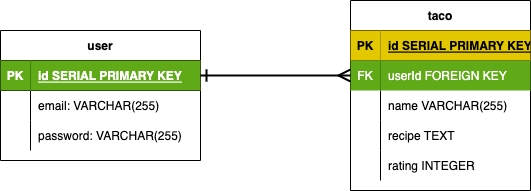
Before: ERD.drawio.png, a diagram exported from draw.io (nchez/political-breakdown). Source tidied: cells renumbered, new cells last; positions are measured from the earlier drawing's top-left corner, leaving out a move shared by most shapes.
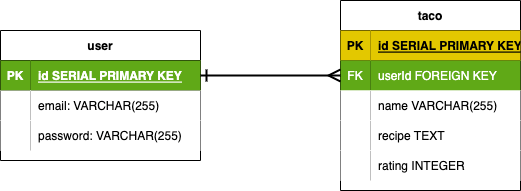
The same diagram one commit later.

The edit, as a diff of the source:
```diff
@@ -17,23 +17,23 @@
     <mxCell id="6" style="shape=tableRow;horizontal=0;startSize=0;swimlaneHead=0;swimlaneBody=0;fillColor=none;top=0;left=0;right=0;bottom=0;" parent="2" vertex="1">
       <mxGeometry y="60" width="200" height="30" as="geometry" />
     </mxCell>
-    <mxCell id="7" style="shape=partialRectangle;fillColor=none;top=0;left=0;bottom=0;right=0;overflow=hidden;" parent="6" vertex="1">
+    <mxCell id="7" style="shape=partialRectangle;top=0;left=0;bottom=0;right=0;overflow=hidden;" parent="6" vertex="1">
       <mxGeometry width="30" height="30" as="geometry" />
     </mxCell>
-    <mxCell id="8" value="email: VARCHAR(255)" style="shape=partialRectangle;fillColor=none;top=0;left=0;bottom=0;right=0;align=left;spacingLeft=6;overflow=hidden;" parent="6" vertex="1">
+    <mxCell id="8" value="email: VARCHAR(255)" style="shape=partialRectangle;top=0;left=0;bottom=0;right=0;align=left;spacingLeft=6;overflow=hidden;" parent="6" vertex="1">
       <mxGeometry x="30" width="170" height="30" as="geometry" />
     </mxCell>
     <mxCell id="9" style="shape=tableRow;horizontal=0;startSize=0;swimlaneHead=0;swimlaneBody=0;fillColor=none;top=0;left=0;right=0;bottom=0;" parent="2" vertex="1">
       <mxGeometry y="90" width="200" height="30" as="geometry" />
     </mxCell>
-    <mxCell id="10" style="shape=partialRectangle;fillColor=none;top=0;left=0;bottom=0;right=0;overflow=hidden;" parent="9" vertex="1">
+    <mxCell id="10" style="shape=partialRectangle;top=0;left=0;bottom=0;right=0;overflow=hidden;" parent="9" vertex="1">
       <mxGeometry width="30" height="30" as="geometry" />
     </mxCell>
-    <mxCell id="11" value="password: VARCHAR(255)" style="shape=partialRectangle;fillColor=none;top=0;left=0;bottom=0;right=0;align=left;spacingLeft=6;overflow=hidden;" parent="9" vertex="1">
+    <mxCell id="11" value="password: VARCHAR(255)" style="shape=partialRectangle;top=0;left=0;bottom=0;right=0;align=left;spacingLeft=6;overflow=hidden;" parent="9" vertex="1">
       <mxGeometry x="30" width="170" height="30" as="geometry" />
     </mxCell>
     <mxCell id="12" value="taco" style="shape=table;startSize=30;rowLines=0;fontStyle=1;align=center;" parent="1" vertex="1">
-      <mxGeometry x="350" width="180" height="190" as="geometry" />
+      <mxGeometry x="340" width="180" height="190" as="geometry" />
     </mxCell>
     <mxCell id="13" style="shape=tableRow;horizontal=0;startSize=0;swimlaneHead=0;swimlaneBody=0;fillColor=none;top=0;left=0;right=0;bottom=1;" parent="12" vertex="1">
       <mxGeometry y="30" width="180" height="30" as="geometry" />
@@ -56,28 +56,28 @@
     <mxCell id="19" style="shape=tableRow;horizontal=0;startSize=0;swimlaneHead=0;swimlaneBody=0;fillColor=none;top=0;left=0;right=0;bottom=0;" parent="12" vertex="1">
       <mxGeometry y="90" width="180" height="30" as="geometry" />
     </mxCell>
-    <mxCell id="20" style="shape=partialRectangle;fillColor=none;top=0;left=0;bottom=0;right=0;overflow=hidden;" parent="19" vertex="1">
+    <mxCell id="20" style="shape=partialRectangle;top=0;left=0;bottom=0;right=0;overflow=hidden;" parent="19" vertex="1">
       <mxGeometry width="30" height="30" as="geometry" />
     </mxCell>
-    <mxCell id="21" value="name VARCHAR(255)" style="shape=partialRectangle;fillColor=none;top=0;left=0;bottom=0;right=0;align=left;spacingLeft=6;overflow=hidden;" parent="19" vertex="1">
+    <mxCell id="21" value="name VARCHAR(255)" style="shape=partialRectangle;top=0;left=0;bottom=0;right=0;align=left;spacingLeft=6;overflow=hidden;" parent="19" vertex="1">
       <mxGeometry x="30" width="150" height="30" as="geometry" />
     </mxCell>
     <mxCell id="22" style="shape=tableRow;horizontal=0;startSize=0;swimlaneHead=0;swimlaneBody=0;fillColor=none;top=0;left=0;right=0;bottom=0;" parent="12" vertex="1">
       <mxGeometry y="120" width="180" height="30" as="geometry" />
     </mxCell>
-    <mxCell id="23" style="shape=partialRectangle;fillColor=none;top=0;left=0;bottom=0;right=0;overflow=hidden;" parent="22" vertex="1">
+    <mxCell id="23" style="shape=partialRectangle;top=0;left=0;bottom=0;right=0;overflow=hidden;" parent="22" vertex="1">
       <mxGeometry width="30" height="30" as="geometry" />
     </mxCell>
-    <mxCell id="24" value="recipe TEXT" style="shape=partialRectangle;fillColor=none;top=0;left=0;bottom=0;right=0;align=left;spacingLeft=6;overflow=hidden;" parent="22" vertex="1">
+    <mxCell id="24" value="recipe TEXT" style="shape=partialRectangle;top=0;left=0;bottom=0;right=0;align=left;spacingLeft=6;overflow=hidden;" parent="22" vertex="1">
       <mxGeometry x="30" width="150" height="30" as="geometry" />
     </mxCell>
     <mxCell id="25" style="shape=tableRow;horizontal=0;startSize=0;swimlaneHead=0;swimlaneBody=0;fillColor=none;top=0;left=0;right=0;bottom=0;" parent="12" vertex="1">
       <mxGeometry y="150" width="180" height="30" as="geometry" />
     </mxCell>
-    <mxCell id="26" style="shape=partialRectangle;fillColor=none;top=0;left=0;bottom=0;right=0;overflow=hidden;" parent="25" vertex="1">
+    <mxCell id="26" style="shape=partialRectangle;top=0;left=0;bottom=0;right=0;overflow=hidden;" parent="25" vertex="1">
       <mxGeometry width="30" height="30" as="geometry" />
     </mxCell>
-    <mxCell id="27" value="rating INTEGER" style="shape=partialRectangle;fillColor=none;top=0;left=0;bottom=0;right=0;align=left;spacingLeft=6;overflow=hidden;" parent="25" vertex="1">
+    <mxCell id="27" value="rating INTEGER" style="shape=partialRectangle;top=0;left=0;bottom=0;right=0;align=left;spacingLeft=6;overflow=hidden;" parent="25" vertex="1">
       <mxGeometry x="30" width="150" height="30" as="geometry" />
     </mxCell>
     <mxCell id="28" style="edgeStyle=orthogonalEdgeStyle;rounded=0;jettySize=auto;html=1;entryX=0;entryY=0.5;entryDx=0;entryDy=0;endArrow=ERmany;endFill=0;startArrow=ERone;startFill=0;strokeWidth=2;endSize=9;startSize=9;targetPerimeterSpacing=0;" parent="1" edge="1" source="3" target="16">
```
